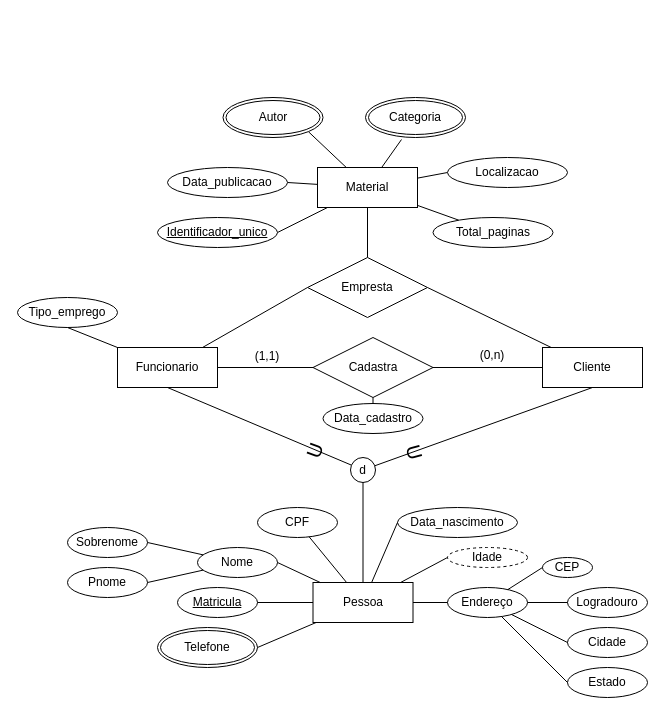
Earlier version of the draw.io diagram DER_Biblioteca.drawio (robsonsan/DER_biblioteca). Source tidied: cells renumbered, new cells numbered last; positions are measured from the earlier drawing's top-left corner, leaving out a move shared by most shapes. Both pictures are drawn from the tidied source at 100%, with x=0, y=0 at pixel (17, 97).
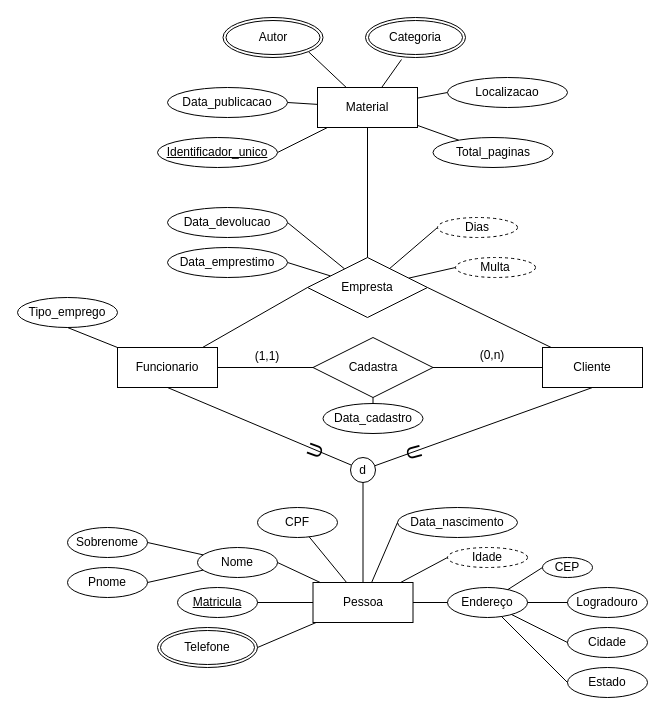
The same diagram, later.

Commit message:
Inserindo atributos da relacao emprestimo

The change refers to these unchanged cells:
```xml
<mxCell id="49" value="Empresta" style="shape=rhombus;perimeter=rhombusPerimeter;whiteSpace=wrap;html=1;align=center;fontSize=12;" parent="1" vertex="1">
  <mxGeometry x="290" y="160" width="120" height="60" as="geometry" />
</mxCell>
```

The edit, as a diff of the source:
```diff
@@
+    <mxCell id="63" style="rounded=0;jettySize=auto;html=1;entryX=1;entryY=0.5;entryDx=0;entryDy=0;endArrow=none;endFill=0;" parent="1" edge="1" source="49" target="67">
+      <mxGeometry relative="1" as="geometry" />
+    </mxCell>
+    <mxCell id="64" style="edgeStyle=none;rounded=0;jettySize=auto;html=1;entryX=1;entryY=0.5;entryDx=0;entryDy=0;endArrow=none;endFill=0;" parent="1" edge="1" source="49" target="68">
+      <mxGeometry relative="1" as="geometry" />
+    </mxCell>
+    <mxCell id="65" style="edgeStyle=none;rounded=0;jettySize=auto;html=1;endArrow=none;endFill=0;entryX=0;entryY=0.5;entryDx=0;entryDy=0;" parent="1" edge="1" source="49" target="69">
+      <mxGeometry relative="1" as="geometry" />
+    </mxCell>
+    <mxCell id="66" style="edgeStyle=none;rounded=0;jettySize=auto;html=1;entryX=0;entryY=0.5;entryDx=0;entryDy=0;endArrow=none;endFill=0;" parent="1" edge="1" source="49" target="70">
+      <mxGeometry relative="1" as="geometry" />
+    </mxCell>
@@
     <mxCell id="56" value="Material" style="whiteSpace=wrap;html=1;align=center;" parent="1" vertex="1">
-      <mxGeometry x="300" y="70" width="100" height="40" as="geometry" />
+      <mxGeometry x="300" y="-10" width="100" height="40" as="geometry" />
     </mxCell>
     <mxCell id="57" value="Identificador_unico" style="ellipse;whiteSpace=wrap;html=1;fontStyle=4;" parent="1" vertex="1">
-      <mxGeometry x="140" y="120" width="120" height="30" as="geometry" />
+      <mxGeometry x="140" y="40" width="120" height="30" as="geometry" />
     </mxCell>
     <mxCell id="58" value="Data_publicacao" style="ellipse;whiteSpace=wrap;html=1;" parent="1" vertex="1">
-      <mxGeometry x="150" y="70" width="120" height="30" as="geometry" />
+      <mxGeometry x="150" y="-10" width="120" height="30" as="geometry" />
     </mxCell>
     <mxCell id="59" value="Autor" style="ellipse;shape=doubleEllipse;margin=3;whiteSpace=wrap;html=1;align=center;fontSize=12;" parent="1" vertex="1">
-      <mxGeometry x="205.5" width="100" height="40" as="geometry" />
+      <mxGeometry x="205.5" y="-80" width="100" height="40" as="geometry" />
     </mxCell>
     <mxCell id="60" value="Categoria" style="ellipse;shape=doubleEllipse;margin=3;whiteSpace=wrap;html=1;align=center;fontSize=12;" parent="1" vertex="1">
-      <mxGeometry x="348" width="100" height="40" as="geometry" />
+      <mxGeometry x="348" y="-80" width="100" height="40" as="geometry" />
     </mxCell>
     <mxCell id="61" value="Localizacao" style="ellipse;whiteSpace=wrap;html=1;" parent="1" vertex="1">
-      <mxGeometry x="430" y="60" width="120" height="30" as="geometry" />
+      <mxGeometry x="430" y="-20" width="120" height="30" as="geometry" />
     </mxCell>
     <mxCell id="62" value="Total_paginas" style="ellipse;whiteSpace=wrap;html=1;" parent="1" vertex="1">
-      <mxGeometry x="415.5" y="120" width="120" height="30" as="geometry" />
+      <mxGeometry x="415.5" y="40" width="120" height="30" as="geometry" />
     </mxCell>
+    <mxCell id="67" value="Data_emprestimo" style="ellipse;whiteSpace=wrap;html=1;" parent="1" vertex="1">
+      <mxGeometry x="150" y="150" width="120" height="30" as="geometry" />
+    </mxCell>
+    <mxCell id="68" value="Data_devolucao" style="ellipse;whiteSpace=wrap;html=1;" parent="1" vertex="1">
+      <mxGeometry x="150" y="110" width="120" height="30" as="geometry" />
+    </mxCell>
+    <mxCell id="69" value="Dias" style="ellipse;whiteSpace=wrap;html=1;align=center;dashed=1;fontSize=12;" parent="1" vertex="1">
+      <mxGeometry x="420" y="120" width="80" height="20" as="geometry" />
+    </mxCell>
+    <mxCell id="70" value="Multa" style="ellipse;whiteSpace=wrap;html=1;align=center;dashed=1;fontSize=12;" parent="1" vertex="1">
+      <mxGeometry x="438" y="160" width="80" height="20" as="geometry" />
+    </mxCell>
```
